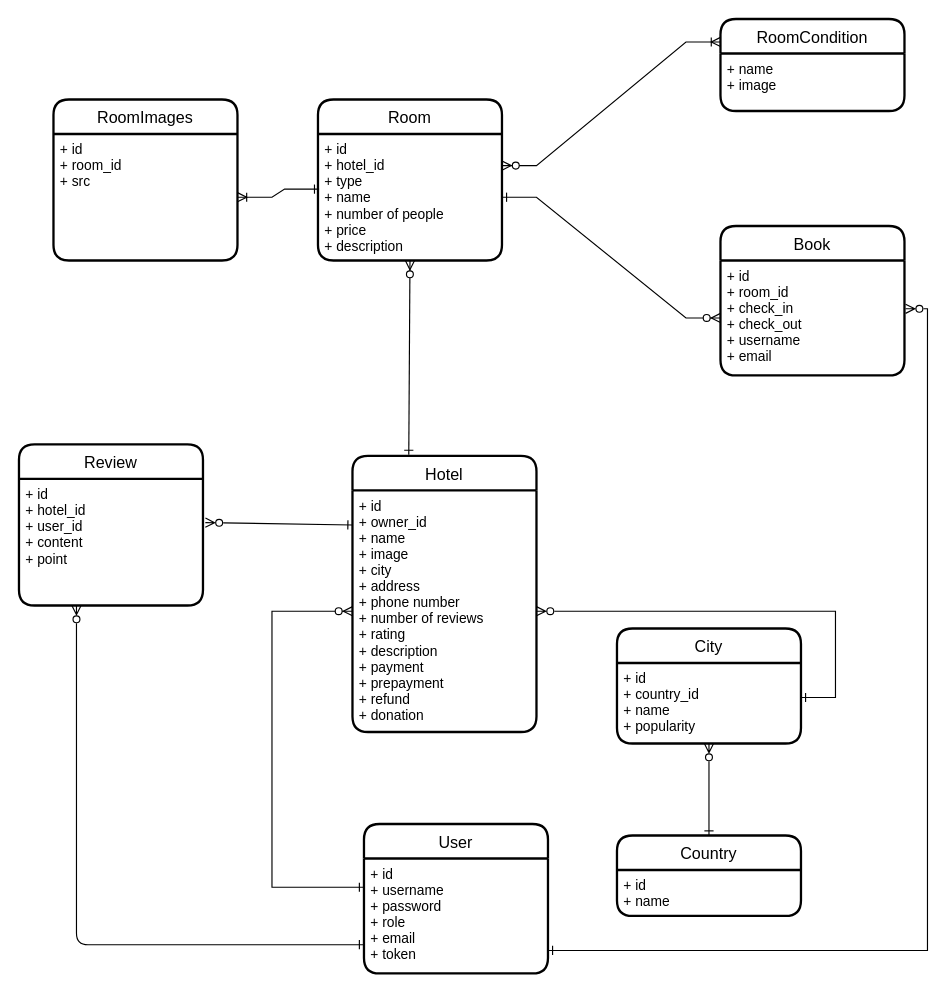
This is documentation/infological_model.drawio from semwett0301/booking-java-back, a draw.io file, before an edit. Source tidied: cells renumbered, new cells numbered last; positions are measured from the earlier drawing's top-left corner, leaving out a move shared by most shapes. Both pictures are drawn from the tidied source at 115%, with x=0, y=0 at pixel (18, 18).
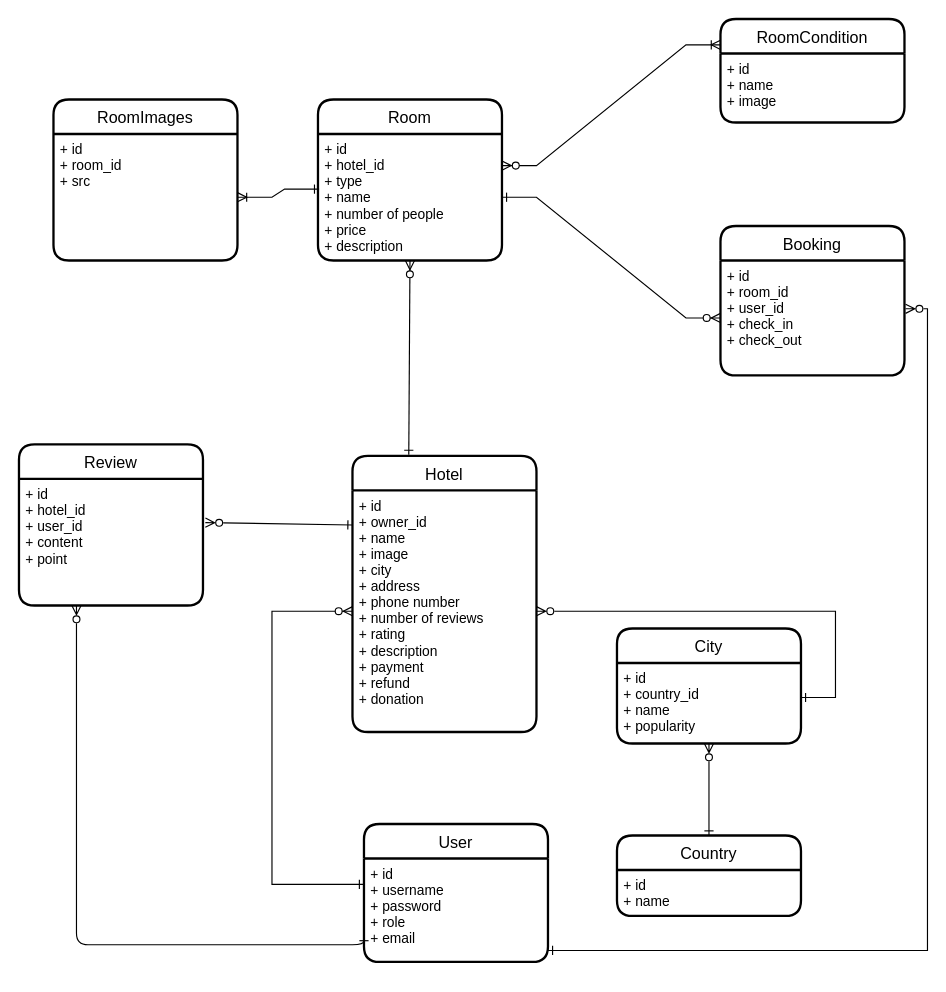
The same diagram, later.

Unchanged cells that the change refers to:
```xml
<mxCell id="2" value="Hotel" style="swimlane;horizontal=1;startSize=30;rounded=1;fontSize=14;fontStyle=0;strokeWidth=2;shadow=0;dashed=0;align=center;" parent="1" vertex="1">
  <mxGeometry x="290" y="380" width="160" height="240" as="geometry" />
</mxCell>
```

What changed in the source:
```diff
@@
-    <mxCell id="3" value="+ id&#10;+ owner_id&#10;+ name&#10;+ image&#10;+ city&#10;+ address&#10;+ phone number&#10;+ number of reviews&#10;+ rating&#10;+ description&#10;+ payment&#10;+ prepayment&#10;+ refund&#10;+ donation" style="align=left;strokeColor=none;fillColor=none;spacingLeft=4;fontSize=12;verticalAlign=top;" parent="2" vertex="1">
+    <mxCell id="3" value="+ id&#10;+ owner_id&#10;+ name&#10;+ image&#10;+ city&#10;+ address&#10;+ phone number&#10;+ number of reviews&#10;+ rating&#10;+ description&#10;+ payment&#10;+ refund&#10;+ donation" style="align=left;strokeColor=none;fillColor=none;spacingLeft=4;fontSize=12;verticalAlign=top;" parent="2" vertex="1">
       <mxGeometry y="30" width="160" height="210" as="geometry" />
     </mxCell>
     <mxCell id="4" value="RoomCondition" style="swimlane;horizontal=1;startSize=30;rounded=1;fontSize=14;fontStyle=0;strokeWidth=2;shadow=0;dashed=0;align=center;" parent="1" vertex="1">
-      <mxGeometry x="610" width="160" height="80" as="geometry" />
+      <mxGeometry x="610" width="160" height="90" as="geometry" />
     </mxCell>
-    <mxCell id="5" value="+ name&#10;+ image" style="align=left;strokeColor=none;fillColor=none;spacingLeft=4;fontSize=12;verticalAlign=top;" parent="4" vertex="1">
-      <mxGeometry y="30" width="160" height="50" as="geometry" />
+    <mxCell id="5" value="+ id&#10;+ name&#10;+ image" style="align=left;strokeColor=none;fillColor=none;spacingLeft=4;fontSize=12;verticalAlign=top;" parent="4" vertex="1">
+      <mxGeometry y="30" width="160" height="60" as="geometry" />
     </mxCell>
@@
-    <mxCell id="8" value="Book" style="swimlane;horizontal=1;startSize=30;rounded=1;fontSize=14;fontStyle=0;strokeWidth=2;shadow=0;dashed=0;align=center;" parent="1" vertex="1">
+    <mxCell id="8" value="Booking" style="swimlane;horizontal=1;startSize=30;rounded=1;fontSize=14;fontStyle=0;strokeWidth=2;shadow=0;dashed=0;align=center;" parent="1" vertex="1">
       <mxGeometry x="610" y="180" width="160" height="130" as="geometry" />
     </mxCell>
-    <mxCell id="9" value="+ id&#10;+ room_id&#10;+ check_in&#10;+ check_out&#10;+ username&#10;+ email" style="align=left;strokeColor=none;fillColor=none;spacingLeft=4;fontSize=12;verticalAlign=top;" parent="8" vertex="1">
+    <mxCell id="9" value="+ id&#10;+ room_id&#10;+ user_id&#10;+ check_in&#10;+ check_out&#10;" style="align=left;strokeColor=none;fillColor=none;spacingLeft=4;fontSize=12;verticalAlign=top;" parent="8" vertex="1">
       <mxGeometry y="30" width="160" height="100" as="geometry" />
     </mxCell>
@@
     <mxCell id="16" value="User" style="swimlane;horizontal=1;startSize=30;rounded=1;fontSize=14;fontStyle=0;strokeWidth=2;shadow=0;dashed=0;align=center;" parent="1" vertex="1">
-      <mxGeometry x="300" y="700" width="160" height="130" as="geometry" />
+      <mxGeometry x="300" y="700" width="160" height="120" as="geometry" />
     </mxCell>
-    <mxCell id="17" value="+ id&#10;+ username&#10;+ password&#10;+ role&#10;+ email&#10;+ token" style="align=left;strokeColor=none;fillColor=none;spacingLeft=4;fontSize=12;verticalAlign=top;" parent="16" vertex="1">
-      <mxGeometry y="30" width="160" height="100" as="geometry" />
+    <mxCell id="17" value="+ id&#10;+ username&#10;+ password&#10;+ role&#10;+ email" style="align=left;strokeColor=none;fillColor=none;spacingLeft=4;fontSize=12;verticalAlign=top;" parent="16" vertex="1">
+      <mxGeometry y="30" width="160" height="90" as="geometry" />
     </mxCell>
```
